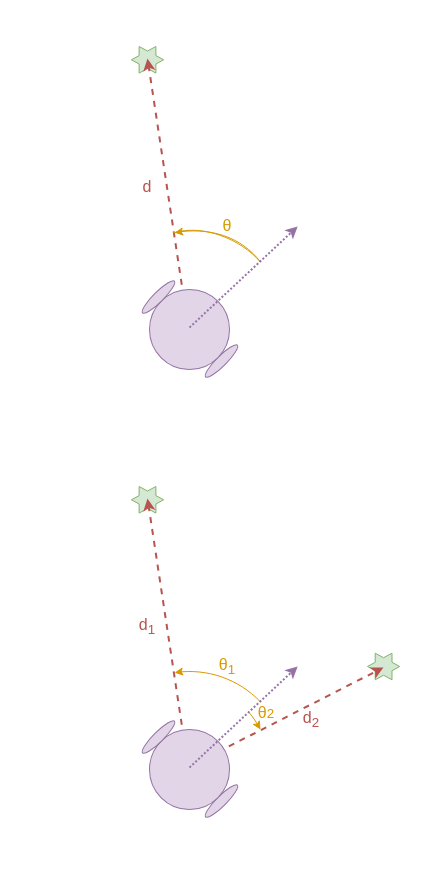
This is slides/3_active_ssl/figures/ssl_task.drawio from GaetanLepage/phd_defense_slides, a draw.io file, before an edit. Source tidied: cells renumbered, new cells numbered last; positions are measured from the earlier drawing's top-left corner, leaving out a move shared by most shapes. Both pictures are drawn from the tidied source at 100%, with x=0, y=0 at pixel (17, 17).
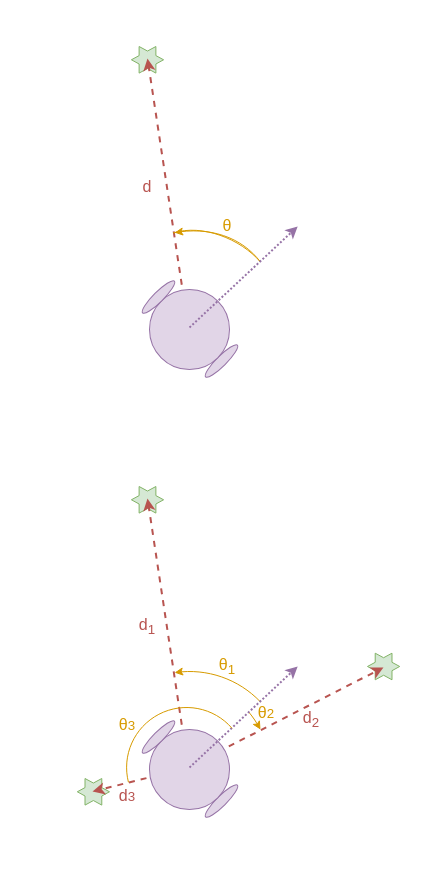
The same page after the edit.

Diff of the diagram source:
```diff
@@
+    <mxCell id="31" style="verticalLabelPosition=bottom;verticalAlign=top;html=1;shape=mxgraph.basic.6_point_star;hachureGap=4;fontFamily=Architects Daughter;fillColor=#d5e8d4;strokeColor=#82b366;" parent="1" vertex="1">
+      <mxGeometry x="59.8" y="761" width="32.2" height="26.6" as="geometry" />
+    </mxCell>
+    <mxCell id="32" style="endArrow=classic;dashed=1;html=1;strokeWidth=2;rounded=0;hachureGap=4;fontFamily=Architects Daughter;fillColor=#f8cecc;strokeColor=#b85450;endFill=1;startArrow=classic;startFill=1;" parent="1" edge="1">
+      <mxGeometry relative="1" as="geometry">
+        <mxPoint x="171.9" y="750" as="sourcePoint" />
+        <mxPoint x="75" y="774" as="targetPoint" />
+      </mxGeometry>
+    </mxCell>
@@
+    <mxCell id="33" style="verticalLabelPosition=bottom;verticalAlign=top;html=1;shape=mxgraph.basic.arc;startAngle=0.710247107603871;endAngle=0.1366815472269683;hachureGap=4;fontFamily=Architects Daughter;fillColor=#ffe6cc;strokeColor=#d79b00;" parent="1" vertex="1">
+      <mxGeometry x="109.1" y="690" width="120" height="120" as="geometry" />
+    </mxCell>
+    <mxCell id="34" value="θ&lt;span style=&quot;font-size: 13.3333px;&quot;&gt;3&lt;/span&gt;" style="text;html=1;align=center;verticalAlign=middle;whiteSpace=wrap;rounded=0;fontFamily=Helvetica;fontColor=#D79B00;fontSize=16;" parent="1" vertex="1">
+      <mxGeometry x="100" y="697" width="20" height="20" as="geometry" />
+    </mxCell>
+    <mxCell id="35" value="d&lt;span style=&quot;font-size: 13.3333px;&quot;&gt;3&lt;/span&gt;" style="text;html=1;align=center;verticalAlign=middle;whiteSpace=wrap;rounded=0;fontFamily=Helvetica;fontColor=#B85450;fontSize=16;" parent="1" vertex="1">
+      <mxGeometry x="100" y="767.6" width="20" height="20" as="geometry" />
+    </mxCell>
```
